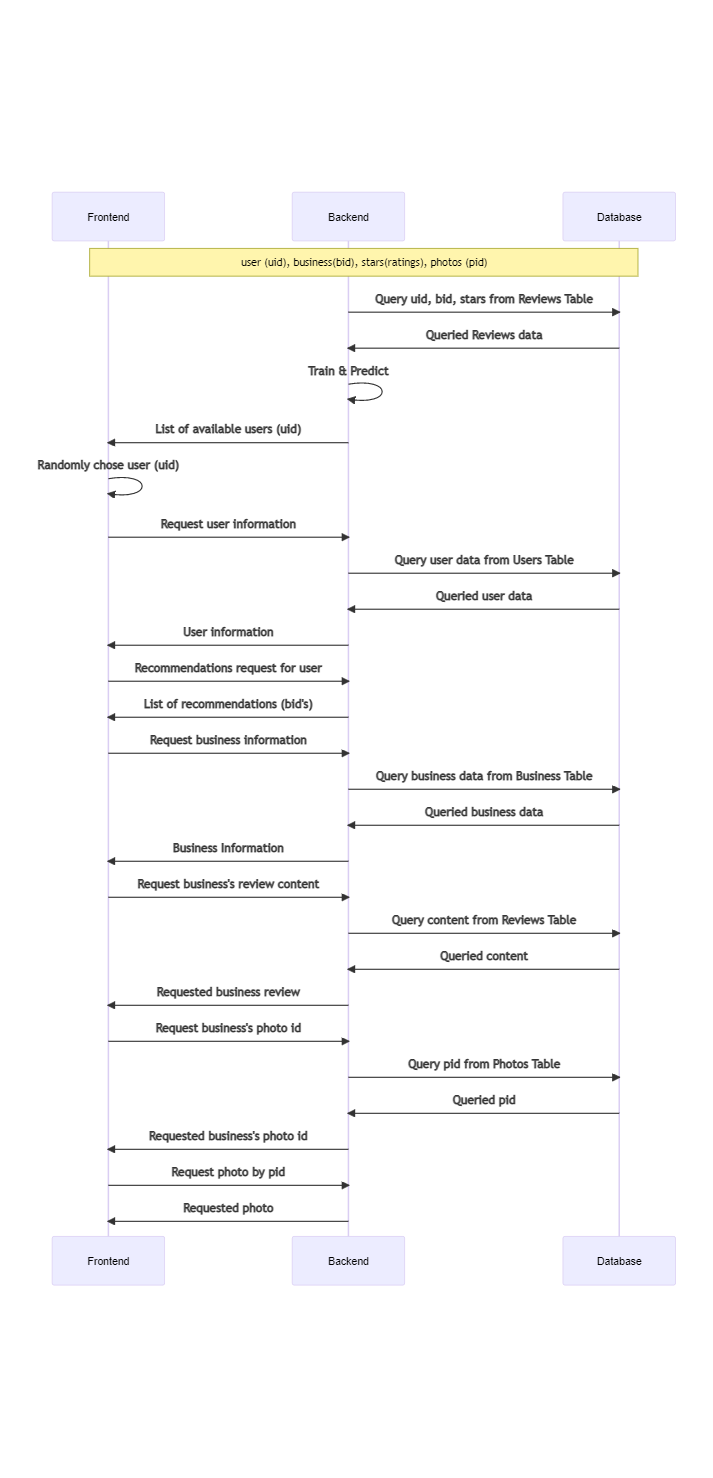
Above: Presentation Diagrams/workflow.png in BenjaminWang236/YelpPersonalizedRecommendationEngine (Mermaid), before the change. Its source is kept beside it as Presentation Diagrams/workflow.mmd. The source it was exported from:
```mermaid
sequenceDiagram
    participant F as Frontend
    participant B as Backend
    participant D as Database
    Note over F, D: user (uid), business(bid), stars(ratings), photos (pid)
    B->>D: Query uid, bid, stars from Reviews Table
    D->>B: Queried Reviews data
    B->>B: Train & Predict
    B->>F: List of available users (uid)
    F->>F: Randomly chose user (uid)
    F->>B: Request user information
    B->>D: Query user data from Users Table
    D->>B: Queried user data
    B->>F: User information
    F->>B: Recommendations request for user
    B->>F: List of recommendations (bid's)
    F->>B: Request business information
    B->>D: Query business data from Business Table
    D->>B: Queried business data
    B->>F: Business Information
    F->>B: Request business's review content
    B->>D: Query content from Reviews Table
    D->>B: Queried content
    B->>F: Requested business review
    F->>B: Request business's photo id
    B->>D: Query pid from Photos Table
    D->>B: Queried pid
    B->>F: Requested business's photo id
    F->>B: Request photo by pid
    B->>F: Requested photo
```
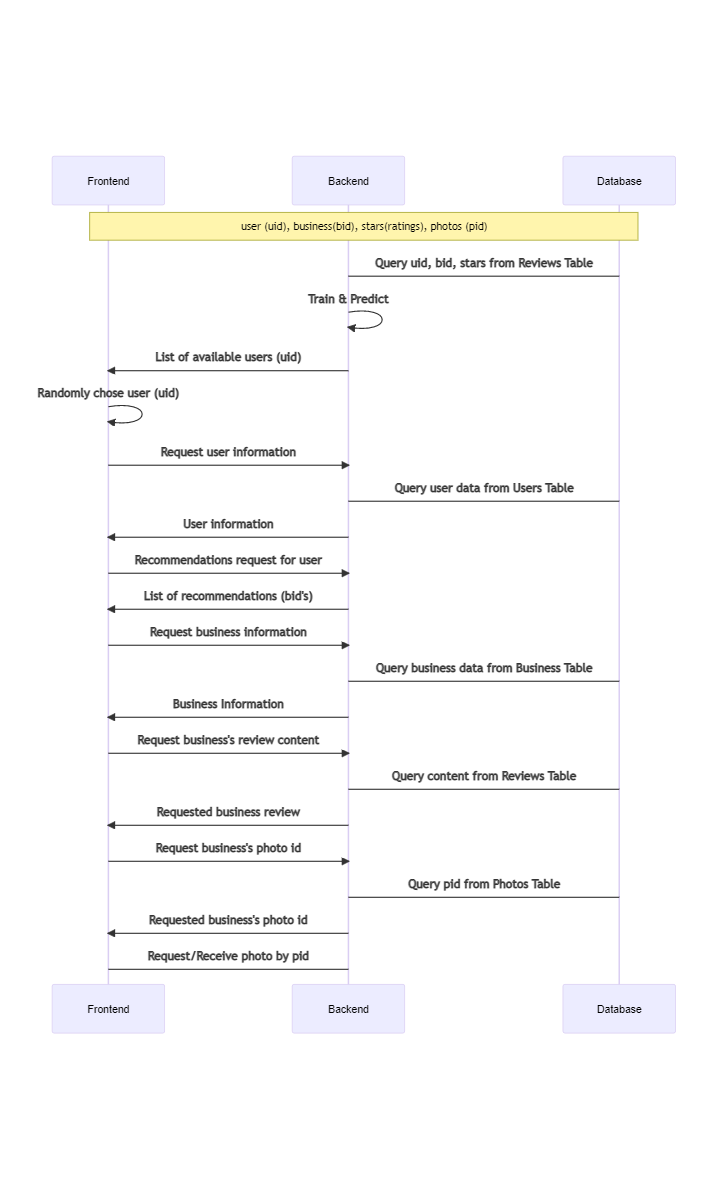
After the commit.

Commit message:
Simplifying workflow diagram

Change to the diagram source:
```diff
@@ -3,28 +3,22 @@
     participant B as Backend
     participant D as Database
     Note over F, D: user (uid), business(bid), stars(ratings), photos (pid)
-    B->>D: Query uid, bid, stars from Reviews Table
-    D->>B: Queried Reviews data
+    B->D: Query uid, bid, stars from Reviews Table
     B->>B: Train & Predict
     B->>F: List of available users (uid)
     F->>F: Randomly chose user (uid)
     F->>B: Request user information
-    B->>D: Query user data from Users Table
-    D->>B: Queried user data
+    B->D: Query user data from Users Table
     B->>F: User information
     F->>B: Recommendations request for user
     B->>F: List of recommendations (bid's)
     F->>B: Request business information
-    B->>D: Query business data from Business Table
-    D->>B: Queried business data
+    B->D: Query business data from Business Table
     B->>F: Business Information
     F->>B: Request business's review content
-    B->>D: Query content from Reviews Table
-    D->>B: Queried content
+    B->D: Query content from Reviews Table
     B->>F: Requested business review
     F->>B: Request business's photo id
-    B->>D: Query pid from Photos Table
-    D->>B: Queried pid
+    B->D: Query pid from Photos Table
     B->>F: Requested business's photo id
-    F->>B: Request photo by pid
-    B->>F: Requested photo
+    F->B: Request/Receive photo by pid
```
